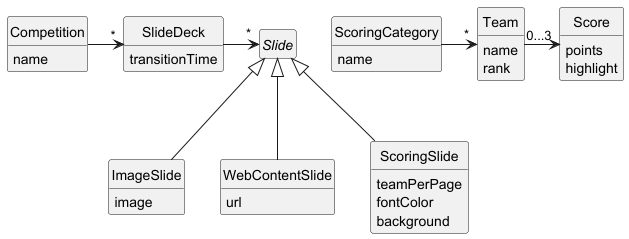
AET-DevOps25/team-robogo keeps this PlantUML diagram as documentation/aom.png. Above is the earlier version.
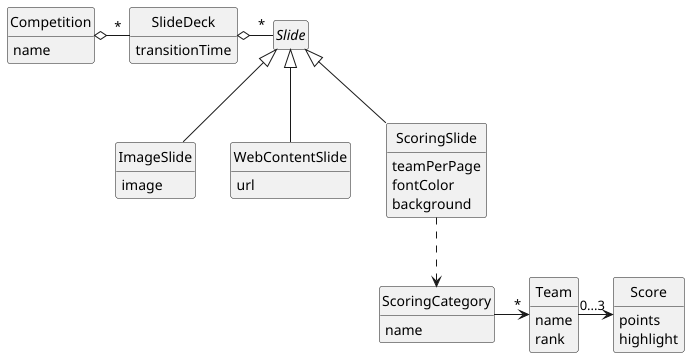
After the commit.

Commit message:
Review feedback

The edit, as a diff of the source:
```diff
@@ -49,10 +49,11 @@
 WebContentSlide -up-|> Slide
 ScoringSlide -up-|> Slide
 
-Competition --right-> "*" SlideDeck
-SlideDeck  --right-> "*" Slide
+Competition o--right- "*" SlideDeck
+SlideDeck  o--right- "*" Slide
 
 ScoringCategory  --right-> "*" Team
 Team  --right-> "0...3" Score
+ScoringSlide ..> ScoringCategory
 
 @enduml
```
